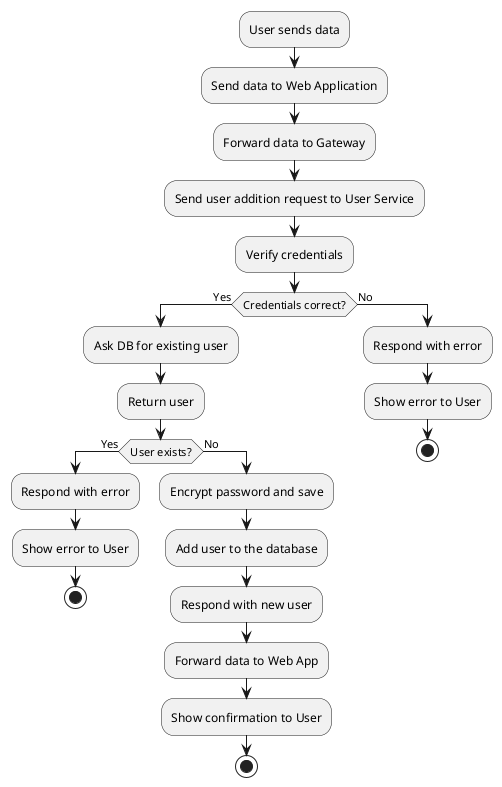
This is images/Register diagram.png from Arquisoft/wichat_en2b, a PlantUML export, as it was before one commit.
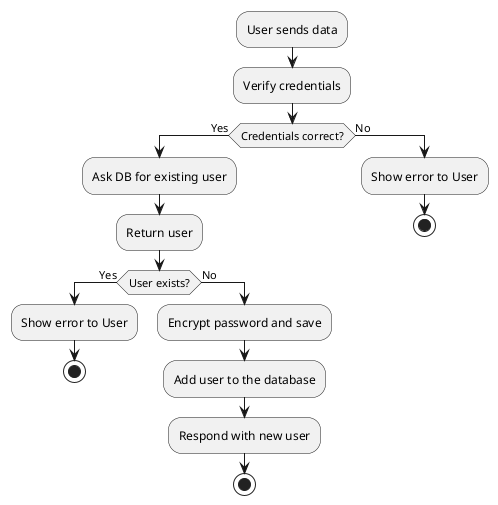
After the change.

What changed in the source:
```diff
@@ -1,8 +1,5 @@
 @startuml
 :User sends data;
-:Send data to Web Application;
-:Forward data to Gateway;
-:Send user addition request to User Service;
 :Verify credentials;
 
 if (Credentials correct?) then (Yes)
@@ -10,19 +7,15 @@
     :Return user;
 
     if (User exists?) then (Yes)
-        :Respond with error;
         :Show error to User;
         stop
     else (No)
         :Encrypt password and save;
         :Add user to the database;
         :Respond with new user;
-        :Forward data to Web App;
-        :Show confirmation to User;
         stop
     endif
 else (No)
-    :Respond with error;
     :Show error to User;
     stop
 endif
```
